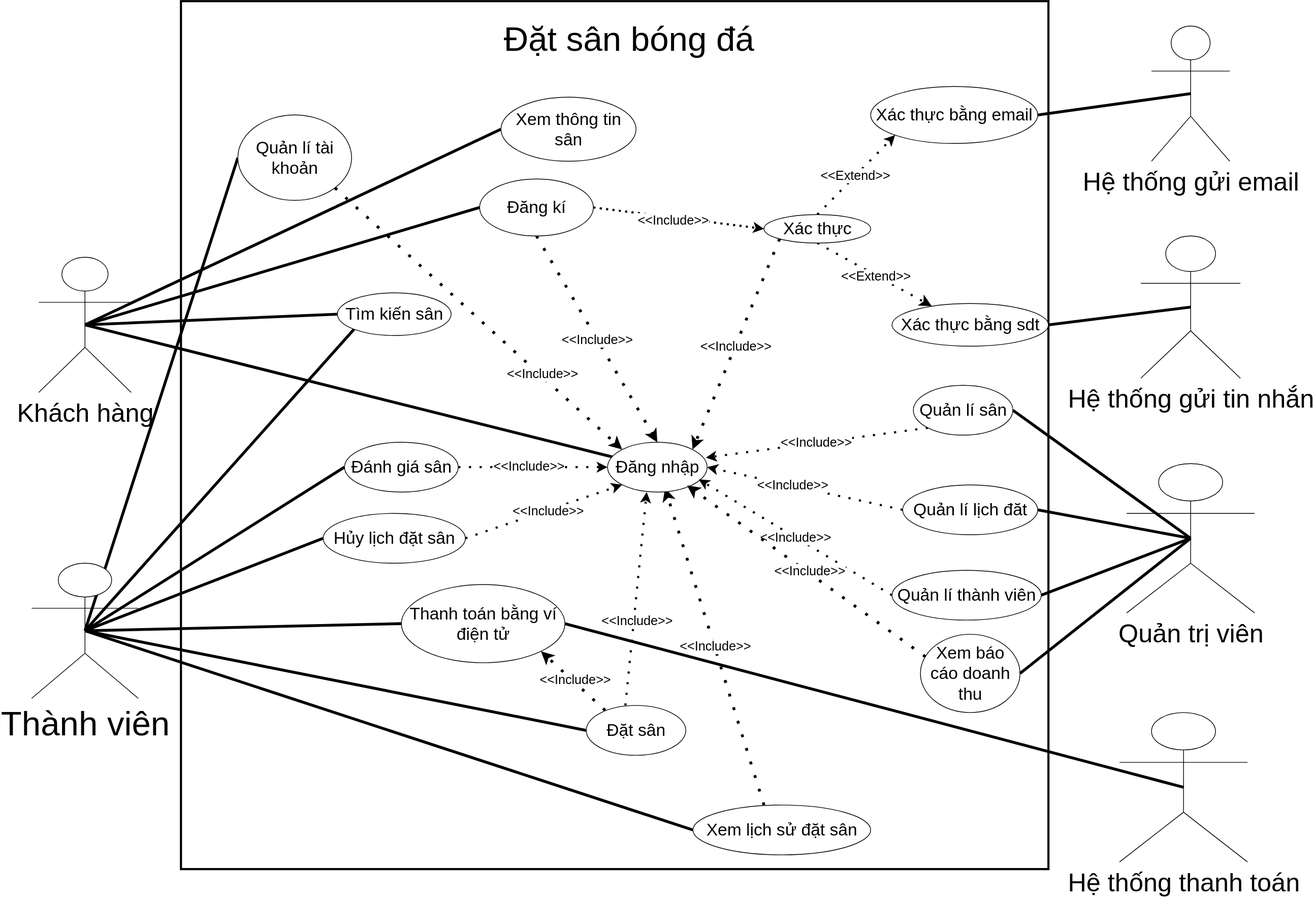
Earlier version of the draw.io export docs/Use-case-diagram.drawio.svg (imfakebot/DACSII-BE). Source tidied: cells renumbered, new cells last; positions are measured from the earlier drawing's top-left corner, leaving out a move shared by most shapes.
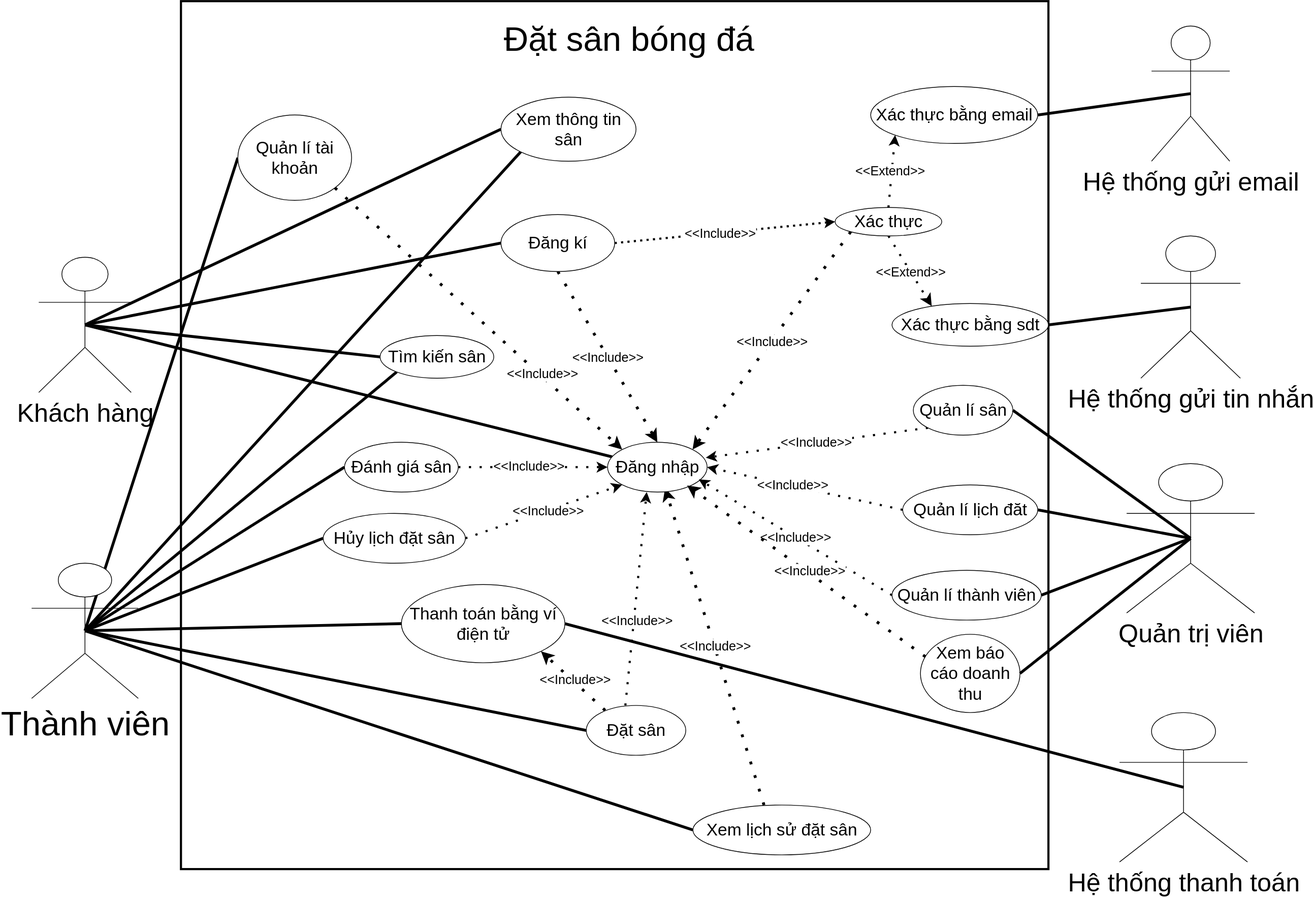
After the commit.

Diff of the diagram source:
```diff
@@ -44,6 +44,9 @@
     <mxCell id="15" style="rounded=0;jettySize=auto;html=1;exitX=0.5;exitY=0.5;exitDx=0;exitDy=0;exitPerimeter=0;entryX=0;entryY=1;entryDx=0;entryDy=0;strokeWidth=4;endArrow=none;endFill=0;" parent="1" edge="1" source="16" target="26">
       <mxGeometry relative="1" as="geometry" />
     </mxCell>
+    <mxCell id="75" style="rounded=0;jettySize=auto;html=1;exitX=0.5;exitY=0.5;exitDx=0;exitDy=0;exitPerimeter=0;entryX=0;entryY=1;entryDx=0;entryDy=0;endArrow=none;endFill=0;strokeWidth=4;" parent="1" edge="1" source="16" target="25">
+      <mxGeometry relative="1" as="geometry" />
+    </mxCell>
     <mxCell id="16" value="&lt;font style=&quot;font-size: 48px;&quot;&gt;Thành viên&lt;/font&gt;" style="shape=umlActor;verticalLabelPosition=bottom;verticalAlign=top;html=1;outlineConnect=0;" parent="1" vertex="1">
       <mxGeometry y="790" width="150" height="190" as="geometry" />
     </mxCell>
@@ -71,13 +74,13 @@
       <mxGeometry x="-0.01" y="-1" relative="1" as="geometry" />
     </mxCell>
     <mxCell id="24" value="&lt;font style=&quot;font-size: 24px;&quot;&gt;Đăng kí&lt;/font&gt;" style="ellipse;whiteSpace=wrap;html=1;" parent="1" vertex="1">
-      <mxGeometry x="630" y="250" width="160" height="80" as="geometry" />
+      <mxGeometry x="660" y="300" width="160" height="80" as="geometry" />
     </mxCell>
     <mxCell id="25" value="&lt;font style=&quot;font-size: 24px;&quot;&gt;Xem thông tin sân&lt;/font&gt;" style="ellipse;whiteSpace=wrap;html=1;align=center;" parent="1" vertex="1">
       <mxGeometry x="660" y="135" width="190" height="90" as="geometry" />
     </mxCell>
     <mxCell id="26" value="&lt;font style=&quot;font-size: 24px;&quot;&gt;Tìm kiến sân&lt;/font&gt;" style="ellipse;whiteSpace=wrap;html=1;align=center;" parent="1" vertex="1">
-      <mxGeometry x="430" y="410" width="160" height="60" as="geometry" />
+      <mxGeometry x="490" y="470" width="160" height="60" as="geometry" />
     </mxCell>
     <mxCell id="27" style="rounded=0;jettySize=auto;html=1;exitX=0.5;exitY=1;exitDx=0;exitDy=0;entryX=0.254;entryY=0.062;entryDx=0;entryDy=0;dashed=1;dashPattern=1 4;strokeWidth=3;endSize=8;entryPerimeter=0;" parent="1" edge="1" source="33" target="35">
       <mxGeometry relative="1" as="geometry" />
@@ -100,7 +103,7 @@
       <mxGeometry x="0.01" y="-1" relative="1" as="geometry" />
     </mxCell>
     <mxCell id="33" value="&lt;font style=&quot;font-size: 24px;&quot;&gt;Xác thực&lt;/font&gt;" style="ellipse;whiteSpace=wrap;html=1;align=center;" parent="1" vertex="1">
-      <mxGeometry x="1030" y="300" width="150" height="40" as="geometry" />
+      <mxGeometry x="1130" y="290" width="150" height="40" as="geometry" />
     </mxCell>
     <mxCell id="34" value="&lt;font style=&quot;font-size: 24px;&quot;&gt;Xác thực bằng email&lt;/font&gt;" style="ellipse;whiteSpace=wrap;html=1;" parent="1" vertex="1">
       <mxGeometry x="1180" y="120" width="235" height="80" as="geometry" />
```
